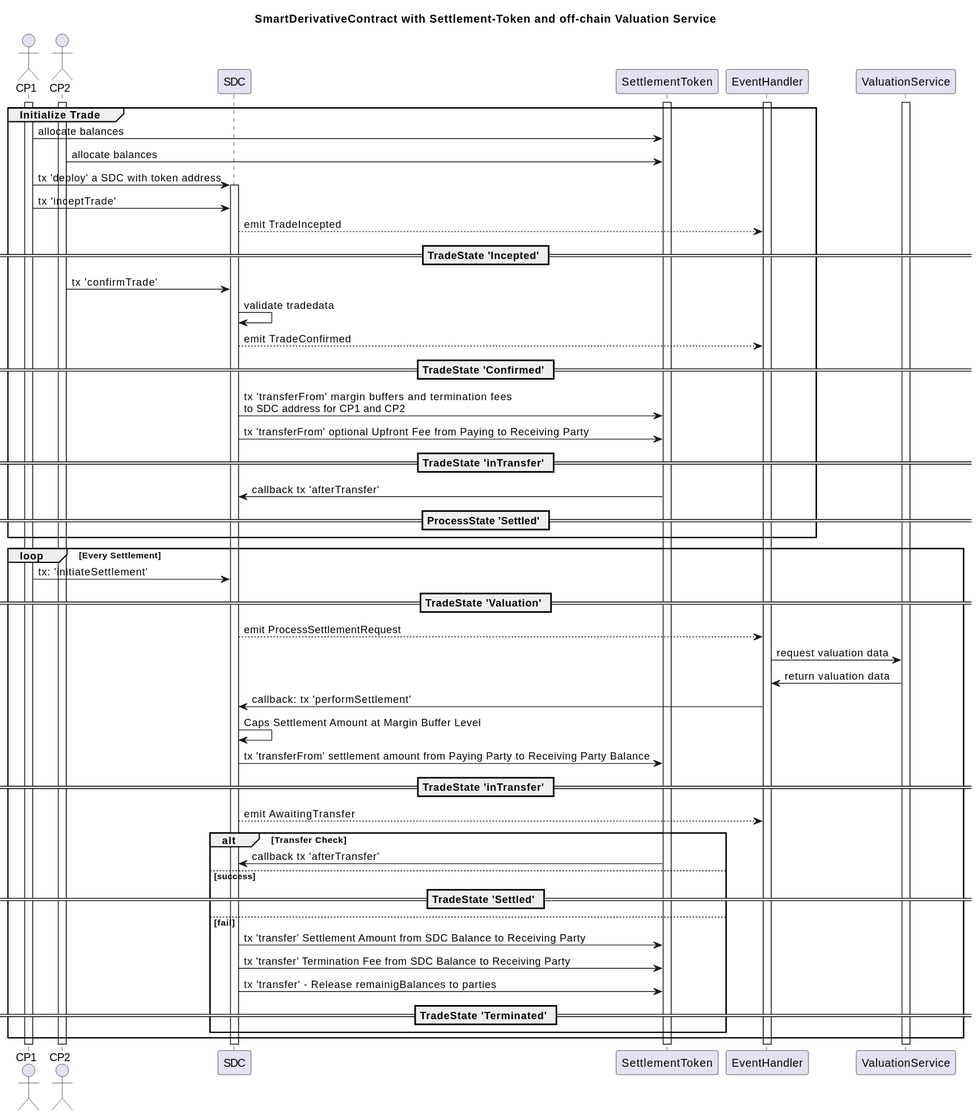
The PlantUML diagram assets/erc-6123/doc/sequence.svg in ethereum/ERCs, before a commit.
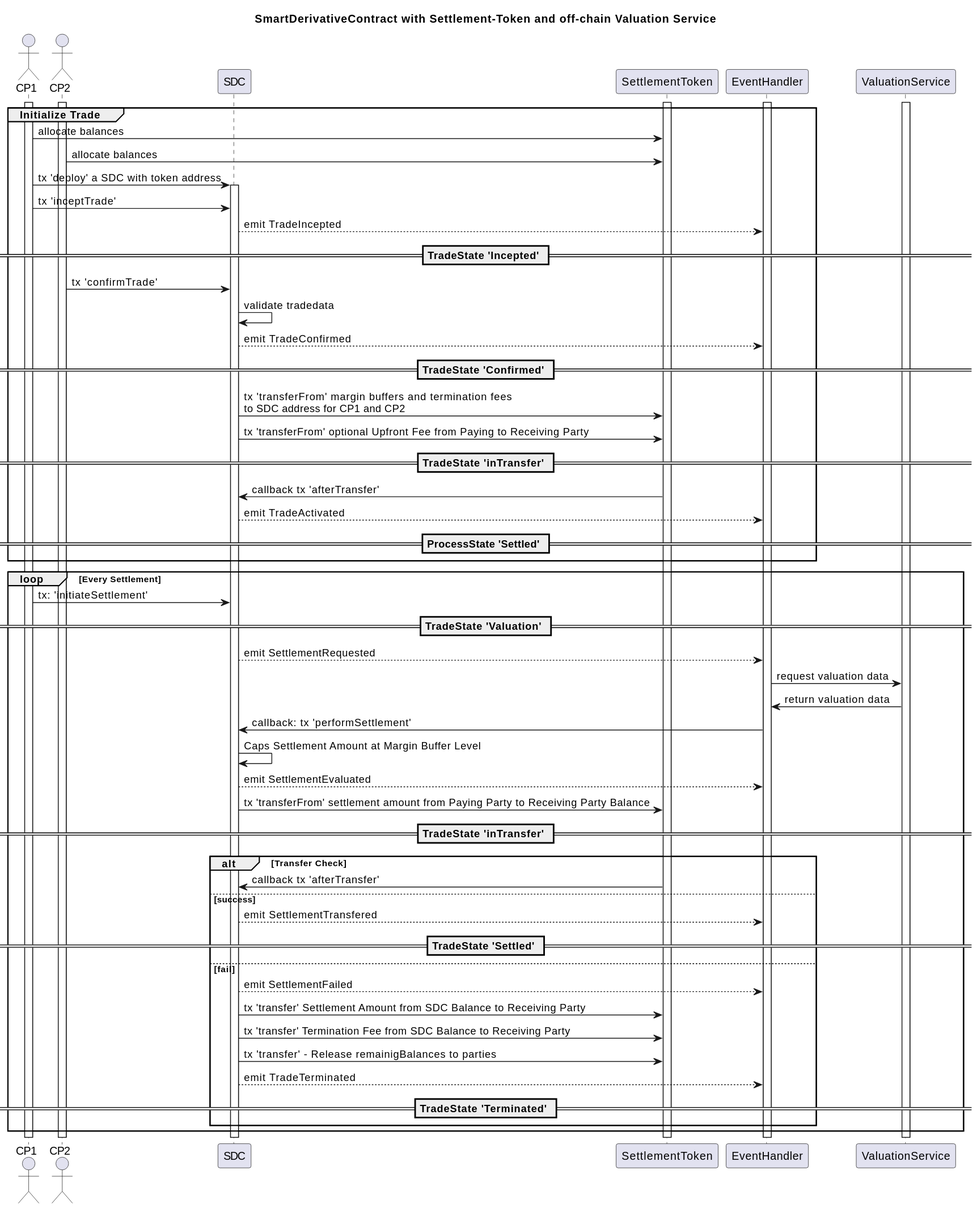
The same diagram one commit later.

Commit message:
Updated events in Diagram

Diff of the diagram source:
```diff
@@ -8,11 +8,8 @@
 
     participant SettlementToken
 
-
 	participant EventHandler
 	participant ValuationService
-
-
 
 activate EventHandler
 activate SettlementToken
@@ -37,10 +34,15 @@
 
 == TradeState 'Confirmed' ==
 
-SDC ->SettlementToken: tx 'transferFrom' margin buffers and termination fees\nto SDC address for CP1 and CP2
-SDC->SettlementToken: tx 'transferFrom' optional Upfront Fee from Paying to Receiving Party
+    SDC -> SettlementToken: tx 'transferFrom' margin buffers and termination fees\nto SDC address for CP1 and CP2
+    SDC -> SettlementToken: tx 'transferFrom' optional Upfront Fee from Paying to Receiving Party
+
 ==  TradeState 'inTransfer' ==
-SettlementToken->SDC: callback tx 'afterTransfer'
+
+    SettlementToken->SDC: callback tx 'afterTransfer'
+
+    SDC-->EventHandler: emit TradeActivated
+
 ==ProcessState 'Settled' ==
 
 end
@@ -51,25 +53,31 @@
 CP1->SDC: tx: 'initiateSettlement'
 
 == TradeState 'Valuation' ==
-SDC-->EventHandler:emit ProcessSettlementRequest
+SDC-->EventHandler:emit SettlementRequested
 
 EventHandler->ValuationService: request valuation data
 ValuationService->EventHandler: return valuation data
 EventHandler->SDC: callback: tx 'performSettlement'
 SDC->SDC:Caps Settlement Amount at Margin Buffer Level
+
+SDC-->EventHandler: emit SettlementEvaluated
+
 SDC->SettlementToken: tx 'transferFrom' settlement amount from Paying Party to Receiving Party Balance
 == TradeState 'inTransfer' ==
-SDC-->EventHandler: emit AwaitingTransfer
 
 alt Transfer Check
 	SettlementToken->SDC: callback tx 'afterTransfer'
 else success
+    SDC-->EventHandler: emit SettlementTransfered
 == TradeState 'Settled' ==
 else fail
+    SDC-->EventHandler: emit SettlementFailed
+
 	SDC->SettlementToken: tx 'transfer' Settlement Amount from SDC Balance to Receiving Party
 	SDC->SettlementToken: tx 'transfer' Termination Fee from SDC Balance to Receiving Party
-    	SDC->SettlementToken: tx 'transfer' - Release  remainigBalances to parties
+    SDC->SettlementToken: tx 'transfer' - Release  remainigBalances to parties
 
+    SDC-->EventHandler: emit TradeTerminated
 == TradeState 'Terminated' ==
 end
 
```
